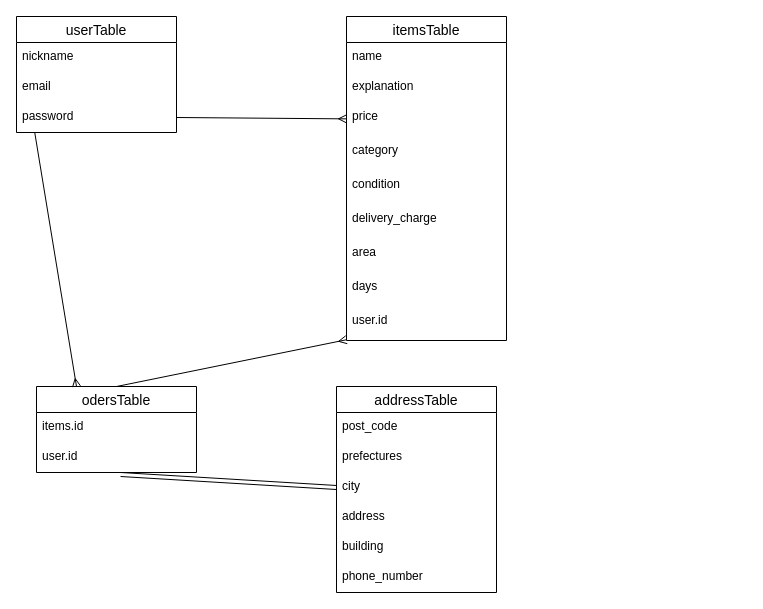
Earlier version of the draw.io diagram furima.dio (masa0501/furima-38438). Source tidied: cells renumbered, new cells numbered last; positions are measured from the earlier drawing's top-left corner, leaving out a move shared by most shapes. Both pictures are drawn from the tidied source at 100%, with x=0, y=0 at pixel (16, 16).
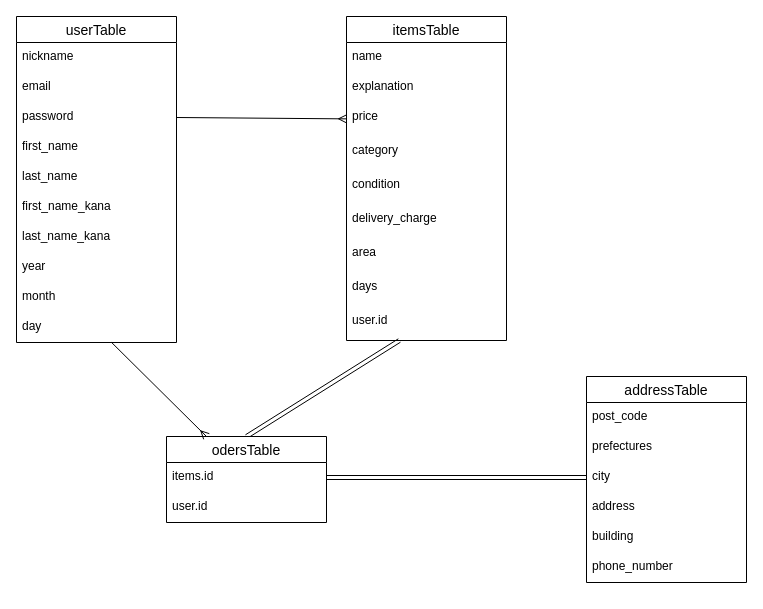
After the change.

The change refers to these unchanged cells:
```xml
<mxCell id="5" value="password" style="text;strokeColor=none;fillColor=none;spacingLeft=4;spacingRight=4;overflow=hidden;points=[[0,0.5],[1,0.5]];portConstraint=eastwest;fontSize=12;" parent="2" vertex="1">
  <mxGeometry y="86" width="160" height="30" as="geometry" />
</mxCell>
<mxCell id="15" value="user.id" style="text;strokeColor=none;fillColor=none;spacingLeft=4;spacingRight=4;overflow=hidden;points=[[0,0.5],[1,0.5]];portConstraint=eastwest;fontSize=12;" parent="6" vertex="1">
  <mxGeometry y="290" width="160" height="34" as="geometry" />
</mxCell>
<mxCell id="19" value="items.id" style="text;strokeColor=none;fillColor=none;spacingLeft=4;spacingRight=4;overflow=hidden;points=[[0,0.5],[1,0.5]];portConstraint=eastwest;fontSize=12;" parent="18" vertex="1">
  <mxGeometry y="26" width="160" height="30" as="geometry" />
</mxCell>
<mxCell id="20" value="user.id" style="text;strokeColor=none;fillColor=none;spacingLeft=4;spacingRight=4;overflow=hidden;points=[[0,0.5],[1,0.5]];portConstraint=eastwest;fontSize=12;" parent="18" vertex="1">
  <mxGeometry y="56" width="160" height="30" as="geometry" />
</mxCell>
<mxCell id="24" value="city" style="text;strokeColor=none;fillColor=none;spacingLeft=4;spacingRight=4;overflow=hidden;points=[[0,0.5],[1,0.5]];portConstraint=eastwest;fontSize=12;" parent="21" vertex="1">
  <mxGeometry y="86" width="160" height="30" as="geometry" />
</mxCell>
```

What changed in the source:
```diff
@@
     <mxCell id="2" value="userTable" style="swimlane;fontStyle=0;horizontal=1;startSize=26;align=center;fontSize=14;" parent="1" vertex="1">
-      <mxGeometry width="160" height="116" as="geometry" />
+      <mxGeometry width="160" height="326" as="geometry" />
     </mxCell>
@@
+    <mxCell id="30" value="first_name" style="text;strokeColor=none;fillColor=none;spacingLeft=4;spacingRight=4;overflow=hidden;fontSize=12;" parent="2" vertex="1">
+      <mxGeometry y="116" width="160" height="30" as="geometry" />
+    </mxCell>
+    <mxCell id="31" value="last_name " style="text;strokeColor=none;fillColor=none;spacingLeft=4;spacingRight=4;overflow=hidden;fontSize=12;" parent="2" vertex="1">
+      <mxGeometry y="146" width="160" height="30" as="geometry" />
+    </mxCell>
+    <mxCell id="32" value="first_name_kana" style="text;strokeColor=none;fillColor=none;spacingLeft=4;spacingRight=4;overflow=hidden;fontSize=12;" parent="2" vertex="1">
+      <mxGeometry y="176" width="160" height="30" as="geometry" />
+    </mxCell>
+    <mxCell id="33" value="last_name_kana" style="text;strokeColor=none;fillColor=none;spacingLeft=4;spacingRight=4;overflow=hidden;fontSize=12;" parent="2" vertex="1">
+      <mxGeometry y="206" width="160" height="30" as="geometry" />
+    </mxCell>
+    <mxCell id="34" value="year" style="text;strokeColor=none;fillColor=none;spacingLeft=4;spacingRight=4;overflow=hidden;fontSize=12;" parent="2" vertex="1">
+      <mxGeometry y="236" width="160" height="30" as="geometry" />
+    </mxCell>
+    <mxCell id="35" value="month" style="text;strokeColor=none;fillColor=none;spacingLeft=4;spacingRight=4;overflow=hidden;fontSize=12;" parent="2" vertex="1">
+      <mxGeometry y="266" width="160" height="30" as="geometry" />
+    </mxCell>
+    <mxCell id="36" value="day" style="text;strokeColor=none;fillColor=none;spacingLeft=4;spacingRight=4;overflow=hidden;points=[[0,0.5],[1,0.5]];portConstraint=eastwest;fontSize=12;" parent="2" vertex="1">
+      <mxGeometry y="296" width="160" height="30" as="geometry" />
+    </mxCell>
@@
-    <mxCell id="17" style="edgeStyle=none;html=1;exitX=0.5;exitY=0;exitDx=0;exitDy=0;endArrow=ERmany;endFill=0;" parent="1" edge="1" source="18" target="15">
+    <mxCell id="17" style="html=1;exitX=0.5;exitY=0;exitDx=0;exitDy=0;endArrow=ERmany;endFill=0;shape=link;" parent="1" edge="1" source="18" target="15">
       <mxGeometry relative="1" as="geometry" />
     </mxCell>
     <mxCell id="18" value="odersTable" style="swimlane;fontStyle=0;horizontal=1;startSize=26;align=center;fontSize=14;" parent="1" vertex="1">
-      <mxGeometry x="20" y="370" width="160" height="86" as="geometry" />
+      <mxGeometry x="150" y="420" width="160" height="86" as="geometry" />
     </mxCell>
@@
     <mxCell id="21" value="addressTable" style="swimlane;fontStyle=0;horizontal=1;startSize=26;align=center;fontSize=14;" parent="1" vertex="1">
-      <mxGeometry x="320" y="370" width="160" height="206" as="geometry" />
+      <mxGeometry x="570" y="360" width="160" height="206" as="geometry" />
     </mxCell>
@@
-    <mxCell id="28" style="edgeStyle=none;html=1;exitX=0;exitY=0.5;exitDx=0;exitDy=0;endArrow=ERmany;endFill=0;shape=link;entryX=0.526;entryY=1.067;entryDx=0;entryDy=0;entryPerimeter=0;" parent="1" edge="1" source="24" target="20">
+    <mxCell id="28" style="html=1;exitX=0;exitY=0.5;exitDx=0;exitDy=0;endArrow=ERmany;endFill=0;entryX=1;entryY=0.5;entryDx=0;entryDy=0;shape=link;" parent="1" edge="1" source="24" target="19">
       <mxGeometry relative="1" as="geometry" />
     </mxCell>
-    <mxCell id="29" style="edgeStyle=none;html=1;exitX=0.114;exitY=1;exitDx=0;exitDy=0;entryX=0.25;entryY=0;entryDx=0;entryDy=0;endArrow=ERmany;endFill=0;exitPerimeter=0;" parent="1" edge="1" source="5" target="18">
+    <mxCell id="29" style="edgeStyle=none;html=1;entryX=0.25;entryY=0;entryDx=0;entryDy=0;endArrow=ERmany;endFill=0;" parent="1" edge="1" source="36" target="18">
       <mxGeometry relative="1" as="geometry" />
     </mxCell>
```
